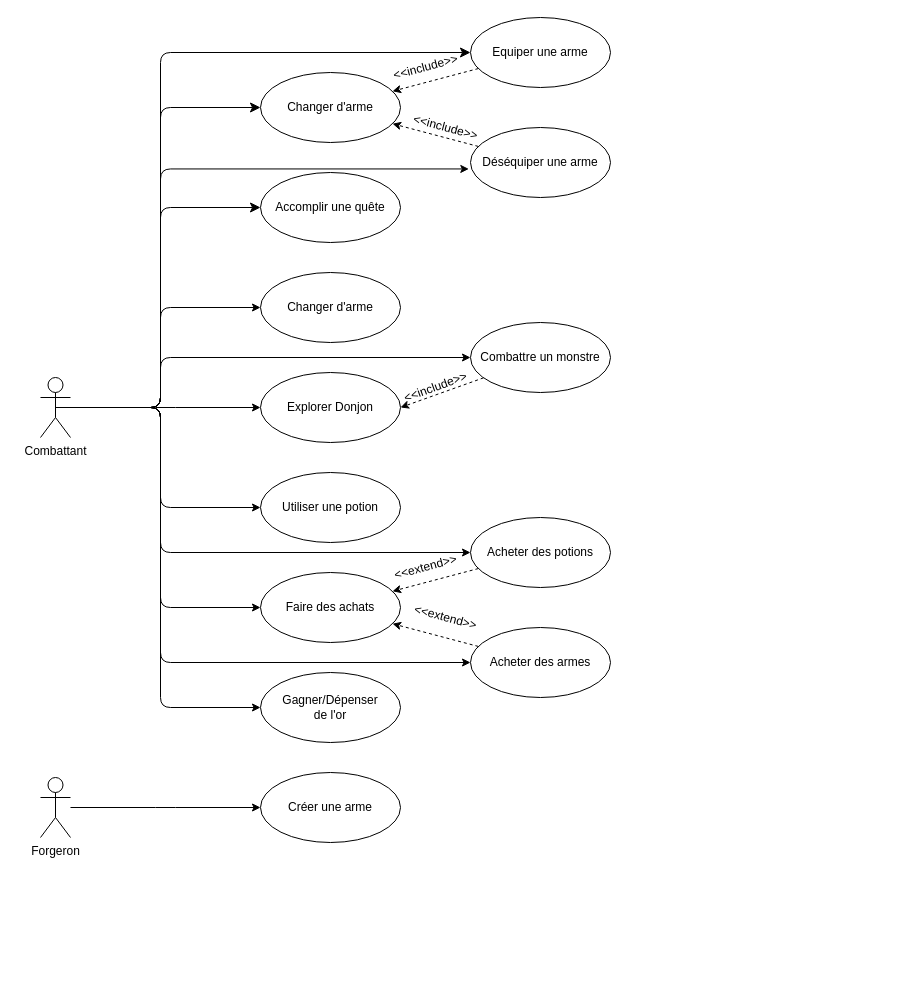
Above: Projet/cas-utilisation.dio in ThomasSanna/conception_orientee_objet-L3STI (draw.io), before the change. Source tidied: cells renumbered, new cells numbered last; positions are measured from the earlier drawing's top-left corner, leaving out a move shared by most shapes. Both pictures are drawn from the tidied source at 100%, with x=0, y=0 at pixel (40, 17).
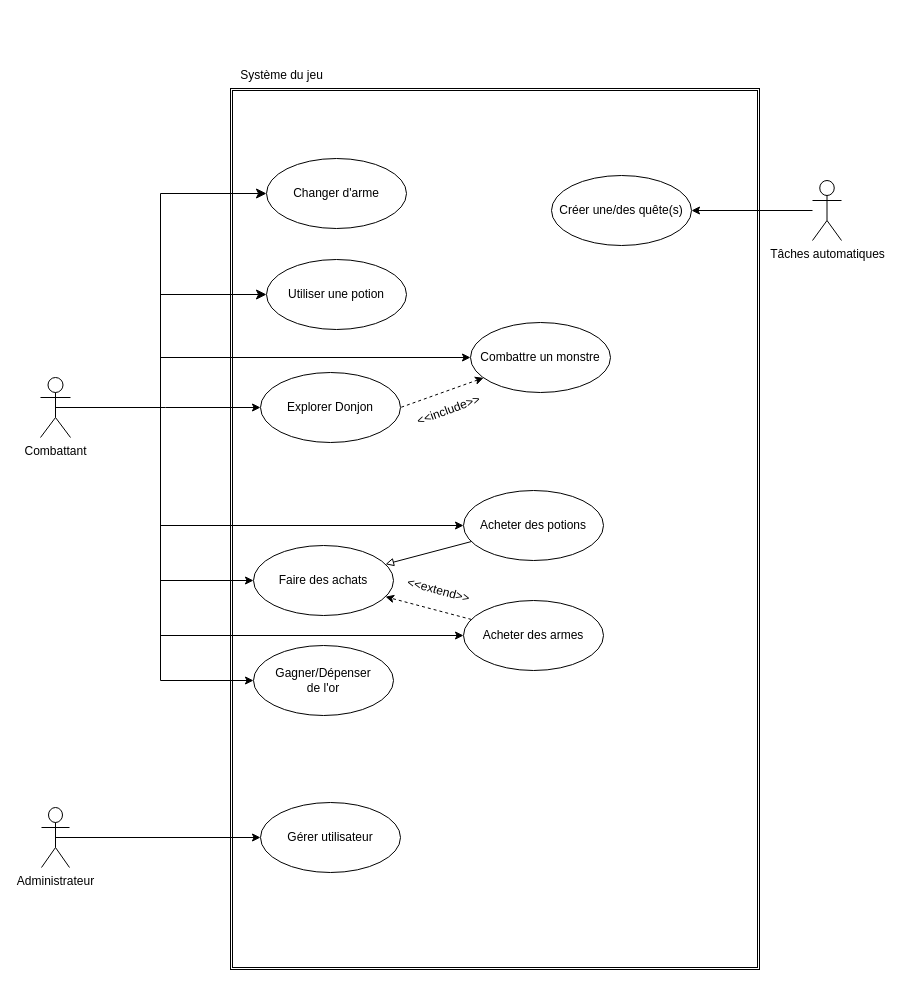
The same diagram, later.

The change refers to these unchanged cells:
```xml
<mxCell id="11" value="Combattant" style="shape=umlActor;verticalLabelPosition=bottom;verticalAlign=top;html=1;" parent="1" vertex="1">
  <mxGeometry y="360" width="30" height="60" as="geometry" />
</mxCell>
<mxCell id="17" value="Explorer Donjon" style="ellipse;whiteSpace=wrap;html=1;" parent="1" vertex="1">
  <mxGeometry x="220" y="355" width="140" height="70" as="geometry" />
</mxCell>
<mxCell id="22" value="Combattre un monstre" style="ellipse;whiteSpace=wrap;html=1;" parent="1" vertex="1">
  <mxGeometry x="430" y="305" width="140" height="70" as="geometry" />
</mxCell>
```

What changed in the source:
```diff
@@
-    <mxCell id="2" style="edgeStyle=elbowEdgeStyle;html=1;entryX=-0.012;entryY=0.592;entryDx=0;entryDy=0;entryPerimeter=0;" parent="1" edge="1" source="11" target="14">
-      <mxGeometry relative="1" as="geometry">
-        <Array as="points">
-          <mxPoint x="120" y="265" />
-        </Array>
-      </mxGeometry>
-    </mxCell>
-    <mxCell id="3" style="edgeStyle=elbowEdgeStyle;rounded=1;html=1;entryX=0;entryY=0.5;entryDx=0;entryDy=0;" parent="1" edge="1" source="11" target="16">
-      <mxGeometry relative="1" as="geometry">
-        <Array as="points">
-          <mxPoint x="120" y="345" />
-        </Array>
-      </mxGeometry>
-    </mxCell>
+    <mxCell id="40" style="shape=ext;double=1;rounded=0;whiteSpace=wrap;html=1;fillColor=none;verticalAlign=middle;" parent="1" vertex="1">
+      <mxGeometry x="190" y="71" width="529" height="881" as="geometry" />
+    </mxCell>
-    <mxCell id="4" style="edgeStyle=elbowEdgeStyle;rounded=1;html=1;entryX=0;entryY=0.5;entryDx=0;entryDy=0;" parent="1" edge="1" source="11" target="22">
+    <mxCell id="4" style="edgeStyle=elbowEdgeStyle;rounded=0;html=1;entryX=0;entryY=0.5;entryDx=0;entryDy=0;" parent="1" edge="1" source="11" target="22">
       <mxGeometry relative="1" as="geometry">
         <Array as="points">
           <mxPoint x="120" y="355" />
         </Array>
       </mxGeometry>
     </mxCell>
-    <mxCell id="5" style="edgeStyle=elbowEdgeStyle;rounded=1;html=1;entryX=0;entryY=0.5;entryDx=0;entryDy=0;" parent="1" edge="1" source="11" target="17">
+    <mxCell id="5" style="edgeStyle=elbowEdgeStyle;rounded=0;html=1;entryX=0;entryY=0.5;entryDx=0;entryDy=0;" parent="1" edge="1" source="11" target="17">
       <mxGeometry relative="1" as="geometry" />
     </mxCell>
-    <mxCell id="6" style="edgeStyle=elbowEdgeStyle;rounded=1;html=1;entryX=0;entryY=0.5;entryDx=0;entryDy=0;" parent="1" edge="1" source="11" target="18">
-      <mxGeometry relative="1" as="geometry">
-        <Array as="points">
-          <mxPoint x="120" y="445" />
-        </Array>
-      </mxGeometry>
-    </mxCell>
-    <mxCell id="7" style="edgeStyle=elbowEdgeStyle;rounded=1;html=1;" parent="1" edge="1" source="11" target="26">
+    <mxCell id="7" style="edgeStyle=elbowEdgeStyle;rounded=0;html=1;" parent="1" edge="1" source="11" target="26">
       <mxGeometry relative="1" as="geometry">
         <Array as="points">
           <mxPoint x="120" y="455" />
         </Array>
       </mxGeometry>
     </mxCell>
-    <mxCell id="8" style="edgeStyle=elbowEdgeStyle;rounded=1;html=1;" parent="1" edge="1" source="11" target="25">
+    <mxCell id="8" style="edgeStyle=elbowEdgeStyle;rounded=0;html=1;" parent="1" edge="1" source="11" target="25">
       <mxGeometry relative="1" as="geometry">
         <Array as="points">
           <mxPoint x="120" y="495" />
         </Array>
       </mxGeometry>
     </mxCell>
-    <mxCell id="9" style="edgeStyle=elbowEdgeStyle;rounded=1;html=1;" parent="1" edge="1" source="11" target="27">
+    <mxCell id="9" style="edgeStyle=elbowEdgeStyle;rounded=0;html=1;" parent="1" edge="1" source="11" target="27">
       <mxGeometry relative="1" as="geometry">
         <Array as="points">
           <mxPoint x="120" y="515" />
         </Array>
       </mxGeometry>
     </mxCell>
-    <mxCell id="10" style="edgeStyle=elbowEdgeStyle;rounded=1;html=1;entryX=0;entryY=0.5;entryDx=0;entryDy=0;" parent="1" edge="1" source="11" target="19">
+    <mxCell id="10" style="edgeStyle=elbowEdgeStyle;rounded=0;html=1;entryX=0;entryY=0.5;entryDx=0;entryDy=0;" parent="1" edge="1" source="11" target="19">
       <mxGeometry relative="1" as="geometry">
         <Array as="points">
           <mxPoint x="120" y="545" />
         </Array>
       </mxGeometry>
     </mxCell>
@@
     <mxCell id="12" value="Changer d'arme" style="ellipse;whiteSpace=wrap;html=1;" parent="1" vertex="1">
-      <mxGeometry x="220" y="55" width="140" height="70" as="geometry" />
+      <mxGeometry x="226" y="141" width="140" height="70" as="geometry" />
     </mxCell>
-    <mxCell id="13" value="Equiper une arme" style="ellipse;whiteSpace=wrap;html=1;" parent="1" vertex="1">
-      <mxGeometry x="430" width="140" height="70" as="geometry" />
-    </mxCell>
-    <mxCell id="14" value="Déséquiper une arme" style="ellipse;whiteSpace=wrap;html=1;" parent="1" vertex="1">
-      <mxGeometry x="430" y="110" width="140" height="70" as="geometry" />
-    </mxCell>
-    <mxCell id="15" value="Accomplir une quête" style="ellipse;whiteSpace=wrap;html=1;" parent="1" vertex="1">
-      <mxGeometry x="220" y="155" width="140" height="70" as="geometry" />
-    </mxCell>
-    <mxCell id="16" value="Changer d'arme" style="ellipse;whiteSpace=wrap;html=1;" parent="1" vertex="1">
-      <mxGeometry x="220" y="255" width="140" height="70" as="geometry" />
-    </mxCell>
@@
-    <mxCell id="18" value="Utiliser une potion" style="ellipse;whiteSpace=wrap;html=1;" parent="1" vertex="1">
-      <mxGeometry x="220" y="455" width="140" height="70" as="geometry" />
-    </mxCell>
     <mxCell id="19" value="Gagner/Dépenser&lt;br&gt;de l'or" style="ellipse;whiteSpace=wrap;html=1;" parent="1" vertex="1">
-      <mxGeometry x="220" y="655" width="140" height="70" as="geometry" />
+      <mxGeometry x="213" y="628" width="140" height="70" as="geometry" />
     </mxCell>
-    <mxCell id="20" value="Créer une arme" style="ellipse;whiteSpace=wrap;html=1;" parent="1" vertex="1">
-      <mxGeometry x="220" y="755" width="140" height="70" as="geometry" />
-    </mxCell>
-    <mxCell id="21" style="edgeStyle=none;html=1;entryX=1;entryY=0.5;entryDx=0;entryDy=0;dashed=1;" parent="1" edge="1" source="22" target="17">
+    <mxCell id="21" style="edgeStyle=none;html=1;entryX=1;entryY=0.5;entryDx=0;entryDy=0;dashed=1;startArrow=classic;startFill=1;endArrow=none;endFill=0;" parent="1" edge="1" source="22" target="17">
       <mxGeometry relative="1" as="geometry" />
     </mxCell>
@@
-    <mxCell id="23" style="edgeStyle=none;html=1;dashed=1;" parent="1" edge="1" source="14" target="12">
-      <mxGeometry relative="1" as="geometry" />
-    </mxCell>
-    <mxCell id="24" style="edgeStyle=none;html=1;dashed=1;" parent="1" edge="1" source="13" target="12">
-      <mxGeometry relative="1" as="geometry" />
-    </mxCell>
     <mxCell id="25" value="Faire des achats" style="ellipse;whiteSpace=wrap;html=1;" parent="1" vertex="1">
-      <mxGeometry x="220" y="555" width="140" height="70" as="geometry" />
+      <mxGeometry x="213" y="528" width="140" height="70" as="geometry" />
     </mxCell>
     <mxCell id="26" value="Acheter des potions" style="ellipse;whiteSpace=wrap;html=1;" parent="1" vertex="1">
-      <mxGeometry x="430" y="500" width="140" height="70" as="geometry" />
+      <mxGeometry x="423" y="473" width="140" height="70" as="geometry" />
     </mxCell>
     <mxCell id="27" value="Acheter des armes" style="ellipse;whiteSpace=wrap;html=1;" parent="1" vertex="1">
-      <mxGeometry x="430" y="610" width="140" height="70" as="geometry" />
+      <mxGeometry x="423" y="583" width="140" height="70" as="geometry" />
     </mxCell>
@@
-    <mxCell id="29" style="edgeStyle=none;html=1;dashed=1;" parent="1" edge="1" source="26" target="25">
+    <mxCell id="29" style="edgeStyle=none;html=1;endArrow=block;endFill=0;" parent="1" edge="1" source="26" target="25">
       <mxGeometry relative="1" as="geometry" />
     </mxCell>
-    <mxCell id="30" value="&amp;lt;&amp;lt;include&amp;gt;&amp;gt;" style="text;html=1;align=center;verticalAlign=middle;strokeColor=none;fillColor=none;rotation=-15;" parent="1" vertex="1">
-      <mxGeometry x="340" y="35" width="90" height="30" as="geometry" />
-    </mxCell>
-    <mxCell id="31" value="&amp;lt;&amp;lt;include&amp;gt;&amp;gt;" style="text;html=1;align=center;verticalAlign=middle;strokeColor=none;fillColor=none;rotation=15;" parent="1" vertex="1">
-      <mxGeometry x="360" y="95" width="90" height="30" as="geometry" />
-    </mxCell>
     <mxCell id="32" value="&amp;lt;&amp;lt;include&amp;gt;&amp;gt;" style="text;html=1;align=center;verticalAlign=middle;strokeColor=none;fillColor=none;rotation=-20;" parent="1" vertex="1">
-      <mxGeometry x="350" y="355" width="90" height="30" as="geometry" />
+      <mxGeometry x="363" y="378" width="90" height="30" as="geometry" />
     </mxCell>
-    <mxCell id="33" value="&amp;lt;&amp;lt;extend&amp;gt;&amp;gt;" style="text;html=1;align=center;verticalAlign=middle;strokeColor=none;fillColor=none;rotation=-15;" parent="1" vertex="1">
-      <mxGeometry x="340" y="535" width="90" height="30" as="geometry" />
-    </mxCell>
     <mxCell id="34" value="&amp;lt;&amp;lt;extend&amp;gt;&amp;gt;" style="text;html=1;align=center;verticalAlign=middle;strokeColor=none;fillColor=none;rotation=15;" parent="1" vertex="1">
-      <mxGeometry x="360" y="585" width="90" height="30" as="geometry" />
+      <mxGeometry x="353" y="558" width="90" height="30" as="geometry" />
     </mxCell>
-    <mxCell id="35" style="edgeStyle=elbowEdgeStyle;elbow=horizontal;endArrow=classic;html=1;rounded=1;endSize=8;startSize=8;exitX=0.5;exitY=0.5;exitDx=0;exitDy=0;exitPerimeter=0;" parent="1" edge="1" source="11" target="13">
-      <mxGeometry relative="1" as="geometry">
-        <Array as="points">
-          <mxPoint x="120" y="235" />
-        </Array>
-      </mxGeometry>
-    </mxCell>
-    <mxCell id="36" style="edgeStyle=elbowEdgeStyle;elbow=horizontal;endArrow=classic;html=1;rounded=1;endSize=8;startSize=8;exitX=0.5;exitY=0.5;exitDx=0;exitDy=0;exitPerimeter=0;" parent="1" edge="1" source="11" target="12">
+    <mxCell id="36" style="edgeStyle=elbowEdgeStyle;elbow=horizontal;endArrow=classic;html=1;rounded=0;endSize=8;startSize=8;exitX=0.5;exitY=0.5;exitDx=0;exitDy=0;exitPerimeter=0;" parent="1" edge="1" source="11" target="12">
       <mxGeometry relative="1" as="geometry">
         <Array as="points">
           <mxPoint x="120" y="245" />
         </Array>
       </mxGeometry>
     </mxCell>
-    <mxCell id="37" style="edgeStyle=elbowEdgeStyle;elbow=horizontal;endArrow=classic;html=1;rounded=1;endSize=8;startSize=8;entryX=0;entryY=0.5;entryDx=0;entryDy=0;exitX=0.5;exitY=0.5;exitDx=0;exitDy=0;exitPerimeter=0;" parent="1" edge="1" source="11" target="15">
+    <mxCell id="37" style="edgeStyle=elbowEdgeStyle;elbow=horizontal;endArrow=classic;html=1;rounded=0;endSize=8;startSize=8;entryX=0;entryY=0.5;entryDx=0;entryDy=0;exitX=0.5;exitY=0.5;exitDx=0;exitDy=0;exitPerimeter=0;" parent="1" edge="1" source="11" target="18">
       <mxGeometry relative="1" as="geometry">
         <Array as="points">
           <mxPoint x="120" y="285" />
         </Array>
       </mxGeometry>
     </mxCell>
-    <mxCell id="38" style="edgeStyle=elbowEdgeStyle;rounded=1;html=1;" parent="1" edge="1" source="39" target="20">
-      <mxGeometry relative="1" as="geometry" />
-    </mxCell>
-    <mxCell id="39" value="Forgeron" style="shape=umlActor;verticalLabelPosition=bottom;verticalAlign=top;html=1;" parent="1" vertex="1">
-      <mxGeometry y="760" width="30" height="60" as="geometry" />
-    </mxCell>
+    <mxCell id="41" value="Système du jeu" style="text;html=1;align=center;verticalAlign=middle;strokeColor=none;fillColor=none;" parent="1" vertex="1">
+      <mxGeometry x="190" y="45" width="101" height="26" as="geometry" />
+    </mxCell>
+    <mxCell id="42" value="Créer une/des quête(s)" style="ellipse;whiteSpace=wrap;html=1;strokeWidth=1;" parent="1" vertex="1">
+      <mxGeometry x="511" y="158" width="140" height="70" as="geometry" />
+    </mxCell>
+    <mxCell id="18" value="Utiliser une potion" style="ellipse;whiteSpace=wrap;html=1;" parent="1" vertex="1">
+      <mxGeometry x="226" y="242" width="140" height="70" as="geometry" />
+    </mxCell>
+    <mxCell id="43" style="edgeStyle=none;rounded=0;html=1;entryX=1;entryY=0.5;entryDx=0;entryDy=0;startArrow=none;startFill=0;endArrow=classic;endFill=1;" parent="1" edge="1" source="44" target="42">
+      <mxGeometry relative="1" as="geometry" />
+    </mxCell>
+    <mxCell id="44" value="Tâches automatiques" style="shape=umlActor;verticalLabelPosition=bottom;verticalAlign=top;html=1;" parent="1" vertex="1">
+      <mxGeometry x="772" y="163" width="29" height="60" as="geometry" />
+    </mxCell>
+    <mxCell id="45" style="edgeStyle=none;rounded=0;html=1;exitX=0.5;exitY=0.5;exitDx=0;exitDy=0;exitPerimeter=0;startArrow=none;startFill=0;endArrow=classic;endFill=1;" parent="1" edge="1" source="46" target="47">
+      <mxGeometry relative="1" as="geometry" />
+    </mxCell>
+    <mxCell id="46" value="Administrateur" style="shape=umlActor;verticalLabelPosition=bottom;verticalAlign=top;html=1;" parent="1" vertex="1">
+      <mxGeometry x="1" y="790" width="28" height="60" as="geometry" />
+    </mxCell>
+    <mxCell id="47" value="Gérer utilisateur" style="ellipse;whiteSpace=wrap;html=1;" parent="1" vertex="1">
+      <mxGeometry x="220" y="785" width="140" height="70" as="geometry" />
+    </mxCell>
```
